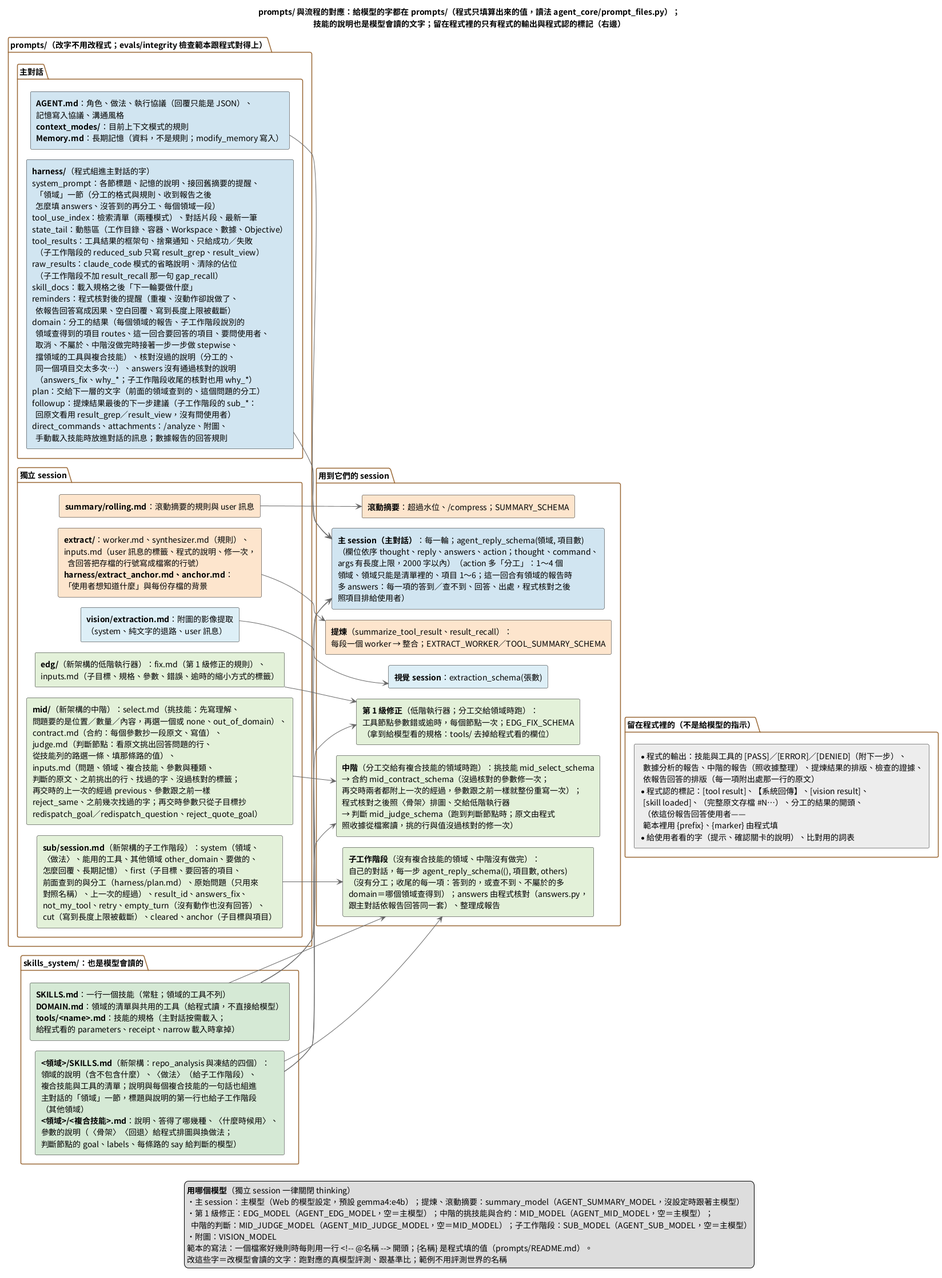
Before: doc/images/prompts與流程的對應.png, a diagram exported from PlantUML (DavidZox/Coding_agnet).
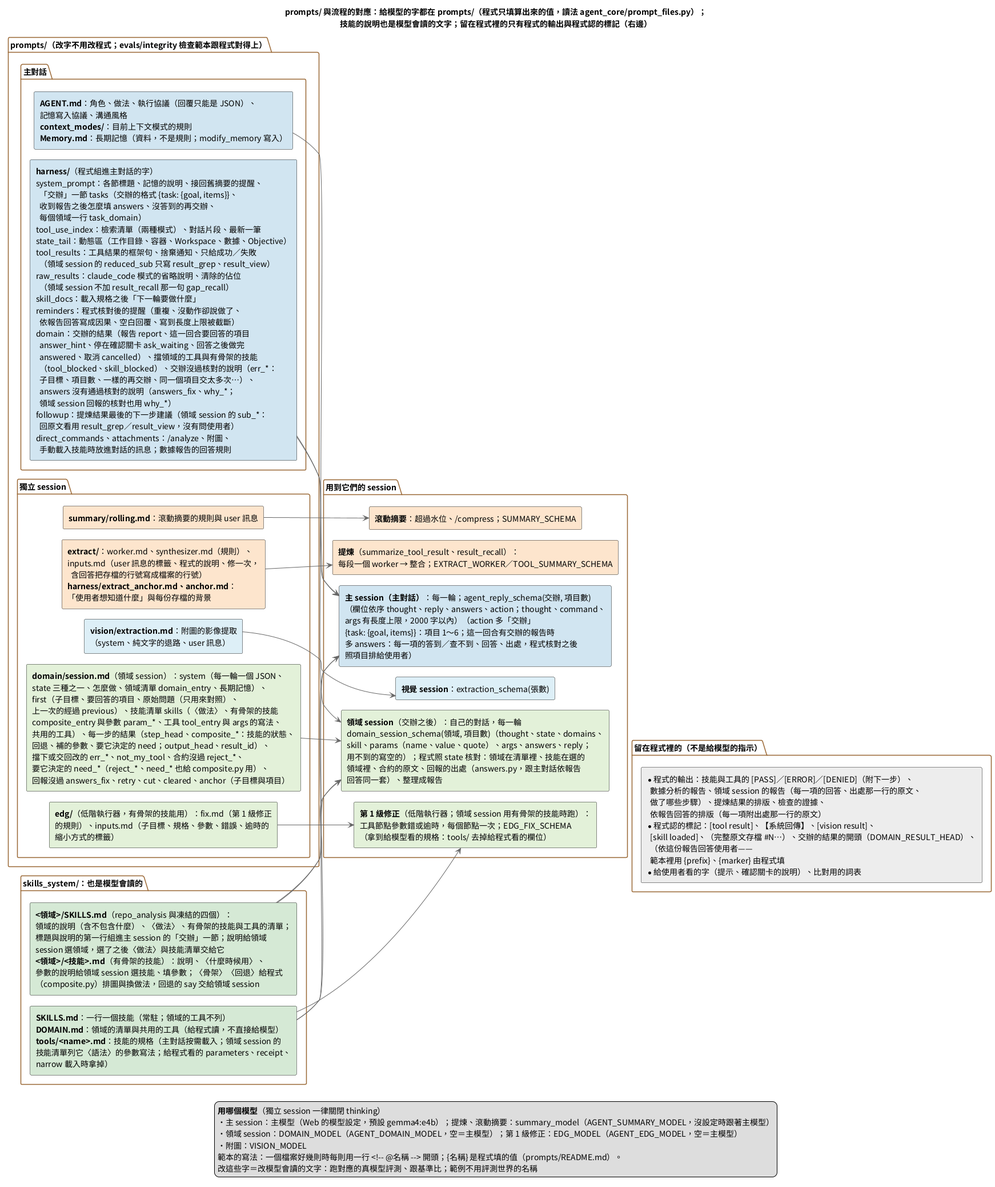
Above is the later version.

Change to the diagram source:
```diff
@@ -21,25 +21,26 @@
     rectangle P_HARNESS #D1E5F0 [
       **harness/**（程式組進主對話的字）
       system_prompt：各節標題、記憶的說明、接回舊摘要的提醒、
-        「領域」一節（分工的格式與規則、收到報告之後
-        怎麼填 answers、沒答到的再分工、每個領域一段）
+        「交辦」一節 tasks（交辦的格式 {task: {goal, items}}、
+        收到報告之後怎麼填 answers、沒答到的再交辦、
+        每個領域一行 task_domain）
       tool_use_index：檢索清單（兩種模式）、對話片段、最新一筆
       state_tail：動態區（工作目錄、容器、Workspace、數據、Objective）
       tool_results：工具結果的框架句、捨棄通知、只給成功／失敗
-        （子工作階段的 reduced_sub 只寫 result_grep、result_view）
+        （領域 session 的 reduced_sub 只寫 result_grep、result_view）
       raw_results：claude_code 模式的省略說明、清除的佔位
-        （子工作階段不加 result_recall 那一句 gap_recall）
+        （領域 session 不加 result_recall 那一句 gap_recall）
       skill_docs：載入規格之後「下一輪要做什麼」
       reminders：程式核對後的提醒（重複、沒動作卻說做了、
         依報告回答寫成因果、空白回覆、寫到長度上限被截斷）
-      domain：分工的結果（每個領域的報告、子工作階段說別的
-        領域查得到的項目 routes、這一回合要回答的項目、要問使用者、
-        取消、不屬於、中階沒做完時接著一步一步做 stepwise、
-        擋領域的工具與複合技能）、核對沒過的說明（分工的、
-        同一個項目交太多次…）、answers 沒有通過核對的說明
-        （answers_fix、why_*；子工作階段收尾的核對也用 why_*）
-      plan：交給下一層的文字（前面的領域查到的、這個問題的分工）
-      followup：提煉結果最後的下一步建議（子工作階段的 sub_*：
+      domain：交辦的結果（報告 report、這一回合要回答的項目
+        answer_hint、停在確認關卡 ask_waiting、回答之後做完
+        answered、取消 cancelled）、擋領域的工具與有骨架的技能
+        （tool_blocked、skill_blocked）、交辦沒過核對的說明（err_*：
+        子目標、項目數、一樣的再交辦、同一個項目交太多次…）、
+        answers 沒有通過核對的說明（answers_fix、why_*；
+        領域 session 回報的核對也用 why_*）
+      followup：提煉結果最後的下一步建議（領域 session 的 sub_*：
         回原文看用 result_grep／result_view，沒有問使用者）
       direct_commands、attachments：/analyze、附圖、
         手動載入技能時放進對話的訊息；數據報告的回答規則
@@ -61,29 +62,21 @@
       （system、純文字的退路、user 訊息）
     ]
     rectangle P_EDG #E2F0D9 [
-      **edg/**（新架構的低階執行器）：fix.md（第 1 級修正的規則）、
-      inputs.md（子目標、規格、參數、錯誤、逾時的縮小方式的標籤）
+      **edg/**（低階執行器，有骨架的技能用）：fix.md（第 1 級修正
+      的規則）、inputs.md（子目標、規格、參數、錯誤、逾時的
+      縮小方式的標籤）
     ]
-    rectangle P_MID #E2F0D9 [
-      **mid/**（新架構的中階）：select.md（挑技能：先寫理解、
-      問題要的是位置／數量／內容，再選一個或 none、out_of_domain）、
-      contract.md（合約：每個參數抄一段原文、寫值）、
-      judge.md（判斷節點：看原文挑出回答問題的行、
-      從技能列的路選一條、填那條路的值）、
-      inputs.md（問題、領域、複合技能、參數與種類、
-      判斷的原文、之前挑出的行、找過的字、沒過核對的標籤；
-      再交時的上一次的經過 previous、參數跟之前一樣
-      reject_same、之前幾次找過的字；再交時參數只從子目標抄
-      redispatch_goal／redispatch_question、reject_quote_goal）
-    ]
-    rectangle P_SUB #E2F0D9 [
-      **sub/session.md**（新架構的子工作階段）：system（領域、
-      〈做法〉、能用的工具、其他領域 other_domain、要做的、
-      怎麼回覆、長期記憶）、first（子目標、要回答的項目、
-      前面查到的與分工（harness/plan.md）、原始問題（只用來
-      對照名稱）、上一次的經過）、result_id、answers_fix、
-      not_my_tool、retry、empty_turn（沒有動作也沒有回答）、
-      cut（寫到長度上限被截斷）、cleared、anchor（子目標與項目）
+    rectangle P_DOMAIN #E2F0D9 [
+      **domain/session.md**（領域 session）：system（每一輪一個 JSON、
+      state 三種之一、怎麼做、領域清單 domain_entry、長期記憶）、
+      first（子目標、要回答的項目、原始問題（只用來對照）、
+      上一次的經過 previous）、技能清單 skills（〈做法〉、有骨架的技能
+      composite_entry 與參數 param_*、工具 tool_entry 與 args 的寫法、
+      共用的工具）、每一步的結果（step_head、composite_*：技能的狀態、
+      回退、補的參數、要它決定的 need；output_head、result_id）、
+      擋下或交回改的 err_*、not_my_tool、合約沒過 reject_*、
+      要它決定的 need_*（reject_*、need_* 也給 composite.py 用）、
+      回報沒過 answers_fix、retry、cut、cleared、anchor（子目標與項目）
     ]
   }
 }
@@ -92,36 +85,37 @@
   rectangle K_ALL #D5E8D4 [
     **SKILLS.md**：一行一個技能（常駐；領域的工具不列）
     **DOMAIN.md**：領域的清單與共用的工具（給程式讀，不直接給模型）
-    **tools/<name>.md**：技能的規格（主對話按需載入；
-    給程式看的 parameters、receipt、narrow 載入時拿掉）
+    **tools/<name>.md**：技能的規格（主對話按需載入；領域 session 的
+    技能清單列它〈語法〉的參數寫法；給程式看的 parameters、receipt、
+    narrow 載入時拿掉）
   ]
   rectangle K_DOMAIN #D5E8D4 [
-    **<領域>/SKILLS.md**（新架構：repo_analysis 與凍結的四個）：
-    領域的說明（含不包含什麼）、〈做法〉（給子工作階段）、
-    複合技能與工具的清單；說明與每個複合技能的一句話也組進
-    主對話的「領域」一節，標題與說明的第一行也給子工作階段
-    （其他領域）
-    **<領域>/<複合技能>.md**：說明、答得了哪幾種、〈什麼時候用〉、
-    參數的說明（〈骨架〉〈回退〉給程式排圖與換做法；
-    判斷節點的 goal、labels、每條路的 say 給判斷的模型）
+    **<領域>/SKILLS.md**（repo_analysis 與凍結的四個）：
+    領域的說明（含不包含什麼）、〈做法〉、有骨架的技能與工具的清單；
+    標題與說明的第一行組進主 session 的「交辦」一節；說明給領域
+    session 選領域，選了之後〈做法〉與技能清單交給它
+    **<領域>/<技能>.md**（有骨架的技能）：說明、〈什麼時候用〉、
+    參數的說明給領域 session 選技能、填參數；〈骨架〉〈回退〉給程式
+    （composite.py）排圖與換做法，回退的 say 交給領域 session
   ]
 }
 
 package "用到它們的 session" {
   rectangle S_MAIN #D1E5F0 [
-    **主 session（主對話）**：每一輪；agent_reply_schema(領域, 項目數)
+    **主 session（主對話）**：每一輪；agent_reply_schema(交辦, 項目數)
     （欄位依序 thought、reply、answers、action；thought、command、
-    args 有長度上限，2000 字以內）（action 多「分工」：1～4 個
-    領域、領域只能是清單裡的、項目 1～6；這一回合有領域的報告時
+    args 有長度上限，2000 字以內）（action 多「交辦」
+    {task: {goal, items}}：項目 1～6；這一回合有交辦的報告時
     多 answers：每一項的答到／查不到、回答、出處，程式核對之後
     照項目排給使用者）
   ]
-  rectangle S_SUB #E2F0D9 [
-    **子工作階段**（沒有複合技能的領域、中階沒有做完）：
-    自己的對話，每一步 agent_reply_schema((), 項目數, others)
-    （沒有分工；收尾的每一項：答到的，或查不到、不屬於的多
-    domain＝哪個領域查得到）；answers 由程式核對（answers.py，
-    跟主對話依報告回答同一套）、整理成報告
+  rectangle S_DOMAIN #E2F0D9 [
+    **領域 session**（交辦之後）：自己的對話，每一輪
+    domain_session_schema(領域, 項目數)（thought、state、domains、
+    skill、params（name、value、quote）、args、answers、reply；
+    用不到的寫空的）；程式照 state 核對：領域在清單裡、技能在選的
+    領域裡、合約的原文、回報的出處（answers.py，跟主對話依報告
+    回答同一套）、整理成報告
   ]
   rectangle S_SUMMARY #FCE5CD [
     **滾動摘要**：超過水位、/compress；SUMMARY_SCHEMA
@@ -134,27 +128,20 @@
     **視覺 session**：extraction_schema(張數)
   ]
   rectangle S_EDG #E2F0D9 [
-    **第 1 級修正**（低階執行器；分工交給領域時跑）：
+    **第 1 級修正**（低階執行器；領域 session 用有骨架的技能時跑）：
     工具節點參數錯或逾時，每個節點一次；EDG_FIX_SCHEMA
     （拿到給模型看的規格：tools/ 去掉給程式看的欄位）
-  ]
-  rectangle S_MID #E2F0D9 [
-    **中階**（分工交給有複合技能的領域時跑）：挑技能 mid_select_schema
-    → 合約 mid_contract_schema（沒過核對的參數修一次；
-    再交時兩者都附上一次的經過，參數跟之前一樣就整份重寫一次）；
-    程式核對之後照〈骨架〉排圖、交給低階執行器
-    → 判斷 mid_judge_schema（跑到判斷節點時；原文由程式
-    照收據從檔案讀，挑的行與值沒過核對的修一次）
   ]
 }
 
 package "留在程式裡的（不是給模型的指示）" {
   rectangle C_LIST #ECECEC [
     * 程式的輸出：技能與工具的 [PASS]／[ERROR]／[DENIED]（附下一步）、
-      數據分析的報告、中階的報告（照收據整理）、提煉結果的排版、檢查的證據、
+      數據分析的報告、領域 session 的報告（每一項的回答、出處那一行的原文、
+      做了哪些步驟）、提煉結果的排版、檢查的證據、
       依報告回答的排版（每一項附出處那一行的原文）
     * 程式認的標記：[tool result]、【系統回傳】、[vision result]、
-      [skill loaded]、（完整原文存檔 #N…）、分工的結果的開頭、
+      [skill loaded]、（完整原文存檔 #N…）、交辦的結果的開頭（DOMAIN_RESULT_HEAD）、
       （依這份報告回答使用者——
       範本裡用 {prefix}、{marker} 由程式填
     * 給使用者看的字（提示、確認關卡的說明）、比對用的詞表
@@ -169,19 +156,17 @@
 P_VISION --> S_VISION
 P_EDG --> S_EDG
 K_ALL --> S_EDG
-P_MID --> S_MID
-P_SUB --> S_SUB
-K_DOMAIN --> S_SUB
-K_ALL --> S_SUB
-K_DOMAIN --> S_MID
+P_DOMAIN --> S_DOMAIN
+P_HARNESS --> S_DOMAIN
+K_DOMAIN --> S_DOMAIN
+K_ALL --> S_DOMAIN
 K_DOMAIN --> S_MAIN
-S_MID -[hidden]-> C_LIST
+S_EDG -[hidden]-> C_LIST
 
 legend bottom
   **用哪個模型**（獨立 session 一律關閉 thinking）
   ・主 session：主模型（Web 的模型設定，預設 gemma4:e4b）；提煉、滾動摘要：summary_model（AGENT_SUMMARY_MODEL，沒設定時跟著主模型）
-  ・第 1 級修正：EDG_MODEL（AGENT_EDG_MODEL，空＝主模型）；中階的挑技能與合約：MID_MODEL（AGENT_MID_MODEL，空＝主模型）；
-    中階的判斷：MID_JUDGE_MODEL（AGENT_MID_JUDGE_MODEL，空＝MID_MODEL）；子工作階段：SUB_MODEL（AGENT_SUB_MODEL，空＝主模型）
+  ・領域 session：DOMAIN_MODEL（AGENT_DOMAIN_MODEL，空＝主模型）；第 1 級修正：EDG_MODEL（AGENT_EDG_MODEL，空＝主模型）
   ・附圖：VISION_MODEL
   範本的寫法：一個檔案好幾則時每則用一行 <!~-- @名稱 ~--> 開頭；{名稱} 是程式填的值（prompts/README.md）。
   改這些字＝改模型會讀的文字：跑對應的真模型評測、跟基準比；範例不用評測世界的名稱
```
